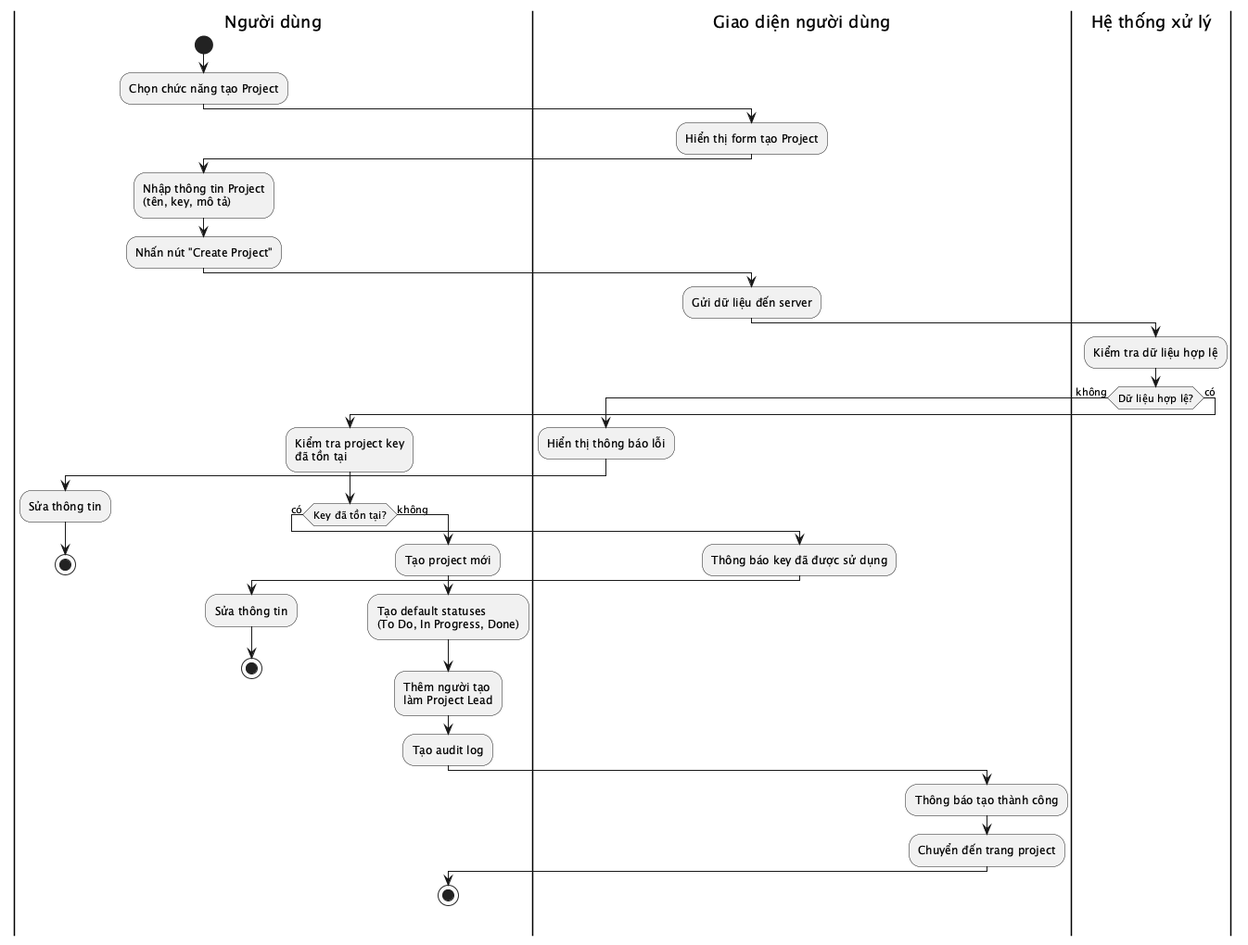
Before: reports/dat-examples/report/images/act_create_project.png, a diagram exported from PlantUML (toantran292/datn). Its diagram source:
```plantuml
@startuml act_create_project
|Người dùng|
start
:Chọn chức năng tạo Project;
|Giao diện người dùng|
:Hiển thị form tạo Project;
|Người dùng|
:Nhập thông tin Project
(tên, key, mô tả);
:Nhấn nút "Create Project";
|Giao diện người dùng|
:Gửi dữ liệu đến server;
|Hệ thống xử lý|
:Kiểm tra dữ liệu hợp lệ;
if (Dữ liệu hợp lệ?) then (không)
  |Giao diện người dùng|
  :Hiển thị thông báo lỗi;
  |Người dùng|
  :Sửa thông tin;
  stop
else (có)
  :Kiểm tra project key
  đã tồn tại;
  if (Key đã tồn tại?) then (có)
    |Giao diện người dùng|
    :Thông báo key đã được sử dụng;
    |Người dùng|
    :Sửa thông tin;
    stop
  else (không)
    :Tạo project mới;
    :Tạo default statuses
    (To Do, In Progress, Done);
    :Thêm người tạo
    làm Project Lead;
    :Tạo audit log;
    |Giao diện người dùng|
    :Thông báo tạo thành công;
    :Chuyển đến trang project;
    |Người dùng|
    stop
  endif
endif
@enduml
```
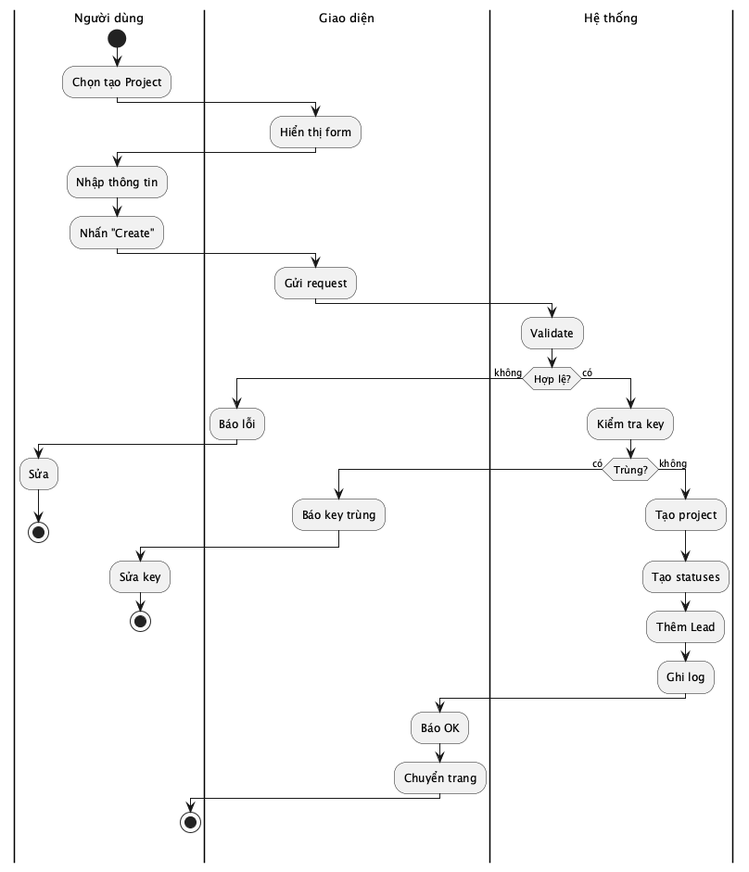
After the commit.

Change to the diagram source:
```diff
@@ -1,42 +1,51 @@
 @startuml act_create_project
+skinparam defaultFontSize 13
+skinparam activityFontSize 12
+skinparam activityDiamondFontSize 11
+skinparam activityArrowFontSize 10
+skinparam partitionFontSize 13
+
 |Người dùng|
 start
-:Chọn chức năng tạo Project;
-|Giao diện người dùng|
-:Hiển thị form tạo Project;
+:Chọn tạo Project;
+
+|Giao diện|
+:Hiển thị form;
+
 |Người dùng|
-:Nhập thông tin Project
-(tên, key, mô tả);
-:Nhấn nút "Create Project";
-|Giao diện người dùng|
-:Gửi dữ liệu đến server;
-|Hệ thống xử lý|
-:Kiểm tra dữ liệu hợp lệ;
-if (Dữ liệu hợp lệ?) then (không)
-  |Giao diện người dùng|
-  :Hiển thị thông báo lỗi;
+:Nhập thông tin;
+:Nhấn "Create";
+
+|Giao diện|
+:Gửi request;
+
+|Hệ thống|
+:Validate;
+
+if (Hợp lệ?) then (không)
+  |Giao diện|
+  :Báo lỗi;
   |Người dùng|
-  :Sửa thông tin;
+  :Sửa;
   stop
 else (có)
-  :Kiểm tra project key
-  đã tồn tại;
-  if (Key đã tồn tại?) then (có)
-    |Giao diện người dùng|
-    :Thông báo key đã được sử dụng;
+  |Hệ thống|
+  :Kiểm tra key;
+  if (Trùng?) then (có)
+    |Giao diện|
+    :Báo key trùng;
     |Người dùng|
-    :Sửa thông tin;
+    :Sửa key;
     stop
   else (không)
-    :Tạo project mới;
-    :Tạo default statuses
-    (To Do, In Progress, Done);
-    :Thêm người tạo
-    làm Project Lead;
-    :Tạo audit log;
-    |Giao diện người dùng|
-    :Thông báo tạo thành công;
-    :Chuyển đến trang project;
+    |Hệ thống|
+    :Tạo project;
+    :Tạo statuses;
+    :Thêm Lead;
+    :Ghi log;
+    |Giao diện|
+    :Báo OK;
+    :Chuyển trang;
     |Người dùng|
     stop
   endif
```
